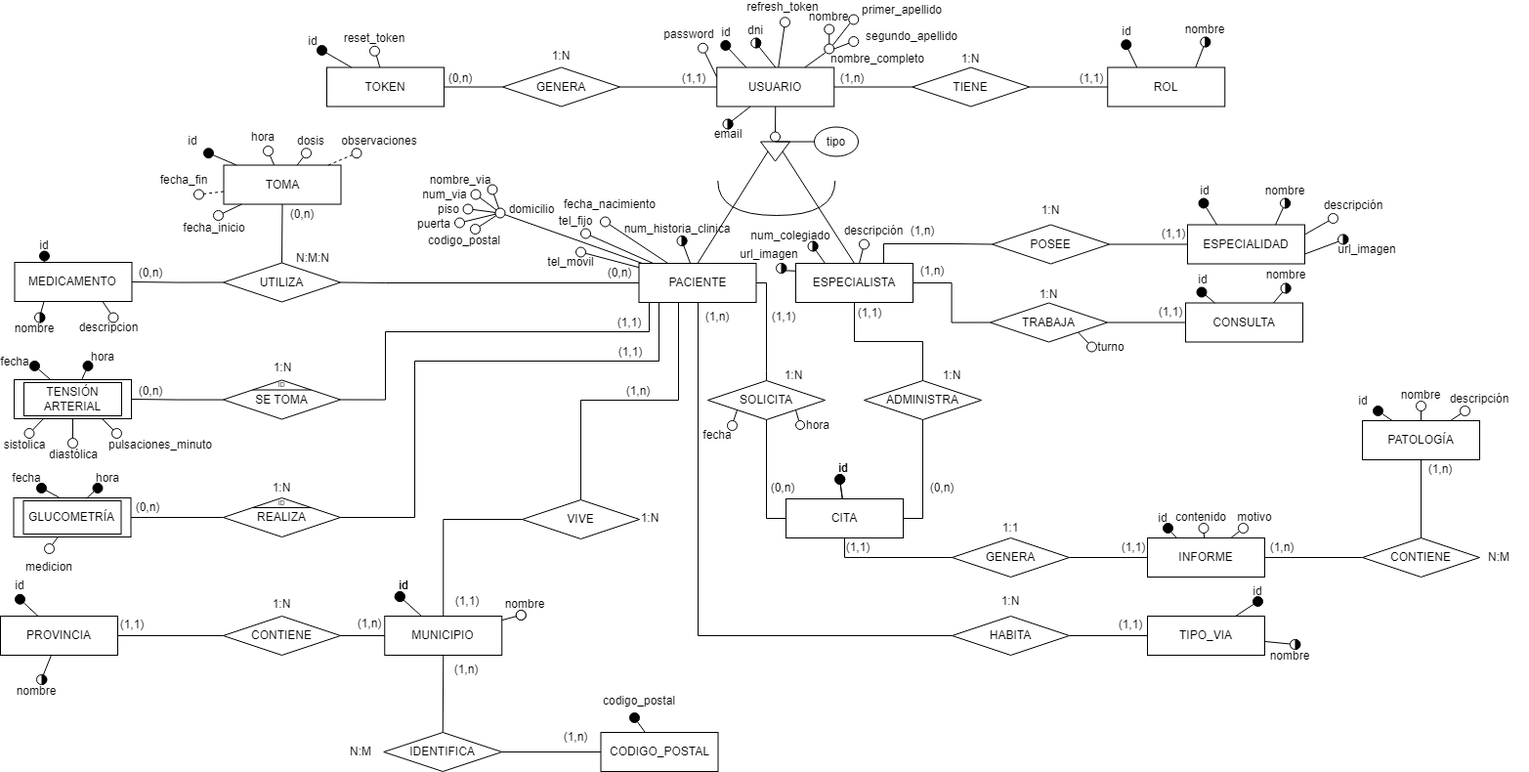
The draw.io diagram database/Diagrama de Chen.png in BertoMP/app-fin-ciclo, before a commit. Source tidied: cells renumbered, new cells last; positions are measured from the earlier drawing's top-left corner, leaving out a move shared by most shapes.
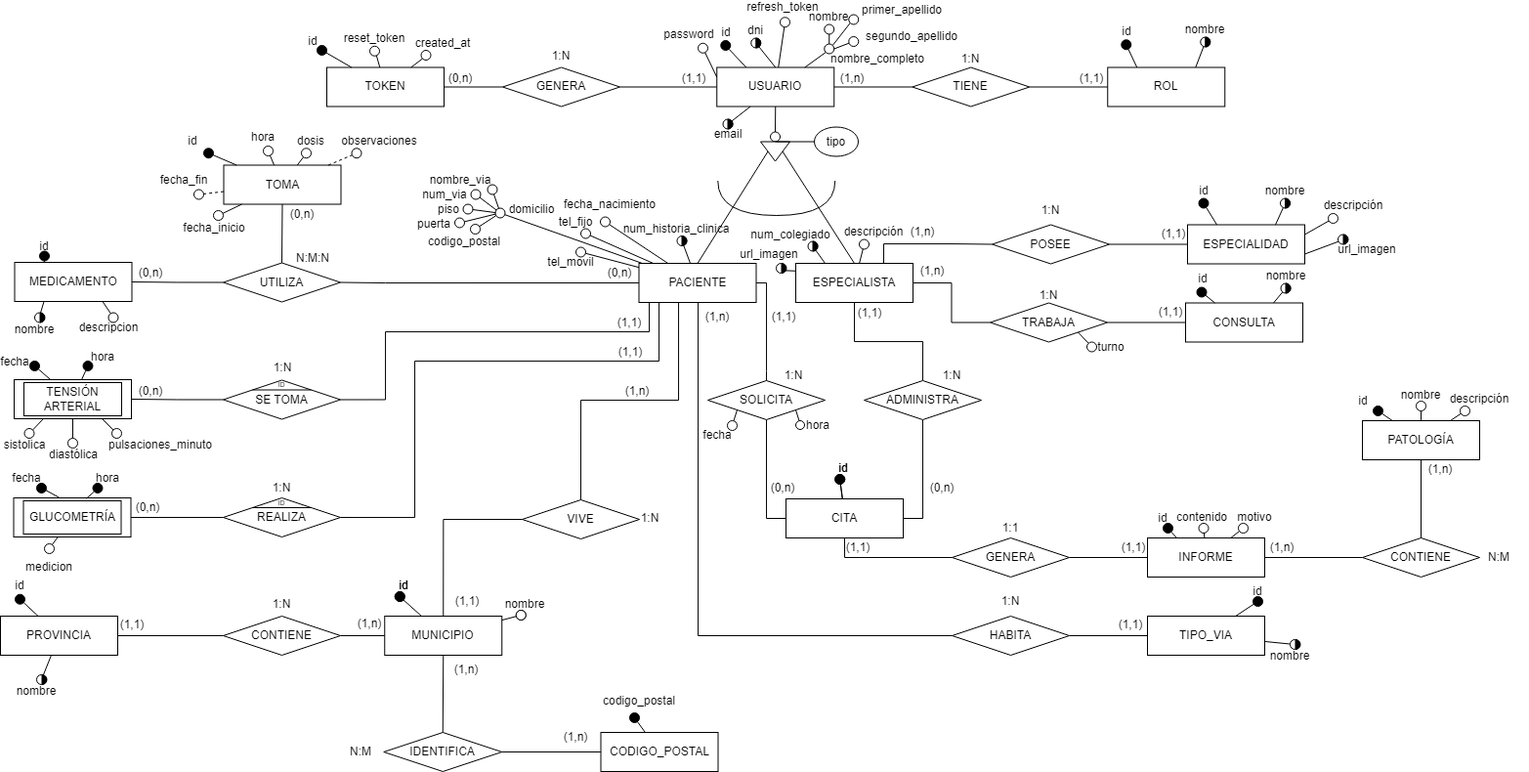
The same file after the commit.

Diff of the diagram source:
```diff
@@ -1071,5 +1071,14 @@
     <mxCell id="342" value="fecha_inicio" style="text;html=1;align=center;verticalAlign=middle;whiteSpace=wrap;rounded=0;" parent="1" vertex="1">
       <mxGeometry x="208.5" y="227" width="20" height="10" as="geometry" />
     </mxCell>
+    <mxCell id="343" style="endArrow=none;html=1;rounded=0;entryX=1;entryY=0;entryDx=0;entryDy=0;" parent="1" edge="1" source="230" target="344">
+      <mxGeometry relative="1" as="geometry" />
+    </mxCell>
+    <mxCell id="344" style="ellipse;whiteSpace=wrap;html=1;rotation=-180;gradientDirection=east;" parent="1" vertex="1">
+      <mxGeometry x="430.5" y="50" width="10" height="10" as="geometry" />
+    </mxCell>
+    <mxCell id="345" value="created_at" style="text;html=1;align=center;verticalAlign=middle;whiteSpace=wrap;rounded=0;" parent="1" vertex="1">
+      <mxGeometry x="443.2" y="37.5" width="20" height="10" as="geometry" />
+    </mxCell>
   </root>
 </mxGraphModel>
```
